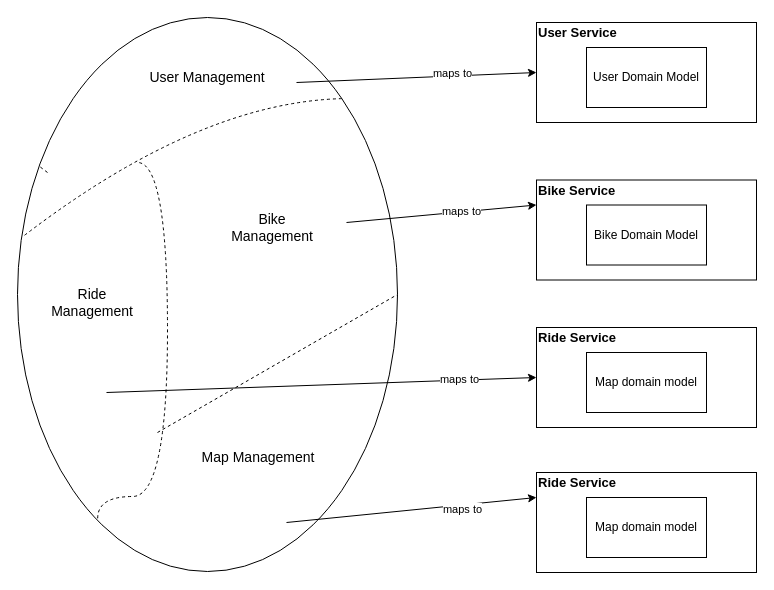
Above: doc/Bounded_Context.drawio in stormtroober/microservices-ebikes (draw.io), before the change. Source tidied: cells renumbered, new cells numbered last; positions are measured from the earlier drawing's top-left corner, leaving out a move shared by most shapes. Both pictures are drawn from the tidied source at 100%, with x=0, y=0 at pixel (-70, 17).
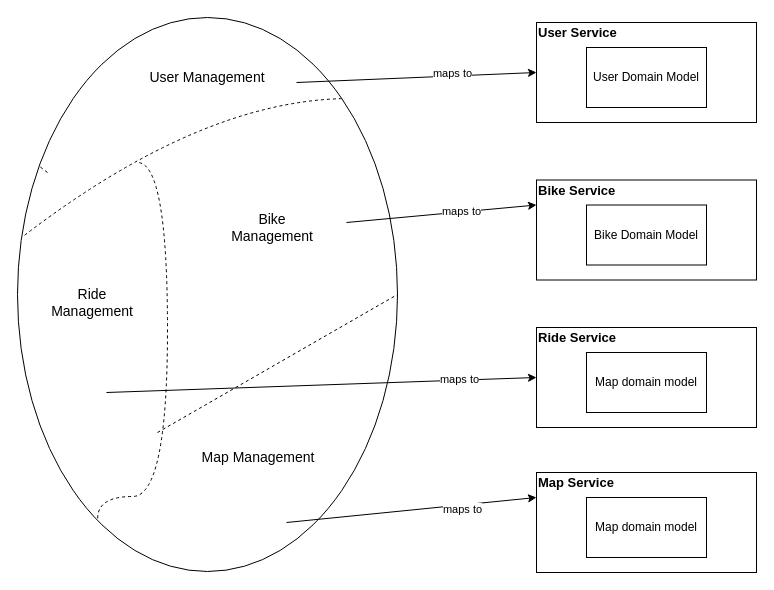
After the change.

What changed in the source:
```diff
@@
-    <mxCell id="21" value="Ride Service" style="text;html=1;strokeColor=none;fillColor=none;align=left;verticalAlign=middle;whiteSpace=wrap;rounded=0;fontSize=13;fontStyle=1;" parent="1" vertex="1">
+    <mxCell id="21" value="Map Service" style="text;html=1;strokeColor=none;fillColor=none;align=left;verticalAlign=middle;whiteSpace=wrap;rounded=0;fontSize=13;fontStyle=1;" parent="1" vertex="1">
       <mxGeometry x="606" y="450" width="190" height="30" as="geometry" />
     </mxCell>
```
